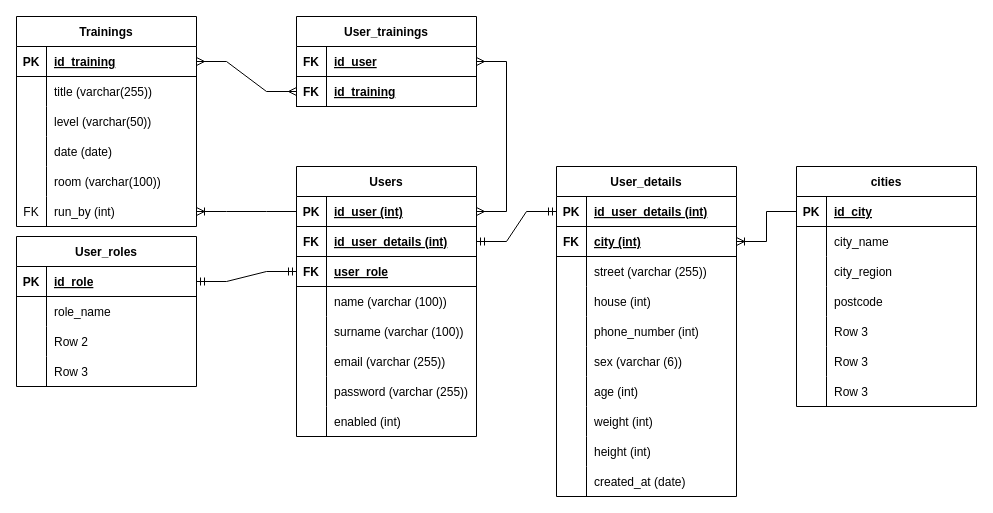
KamilDeren/WdPAI_PersonalTrainerWebsite keeps this draw.io diagram as erd.drawio. Above is the earlier version. Source tidied: cells renumbered, new cells numbered last; positions are measured from the earlier drawing's top-left corner, leaving out a move shared by most shapes. Both pictures are drawn from the tidied source at 100%, with x=0, y=0 at pixel (16, 16).
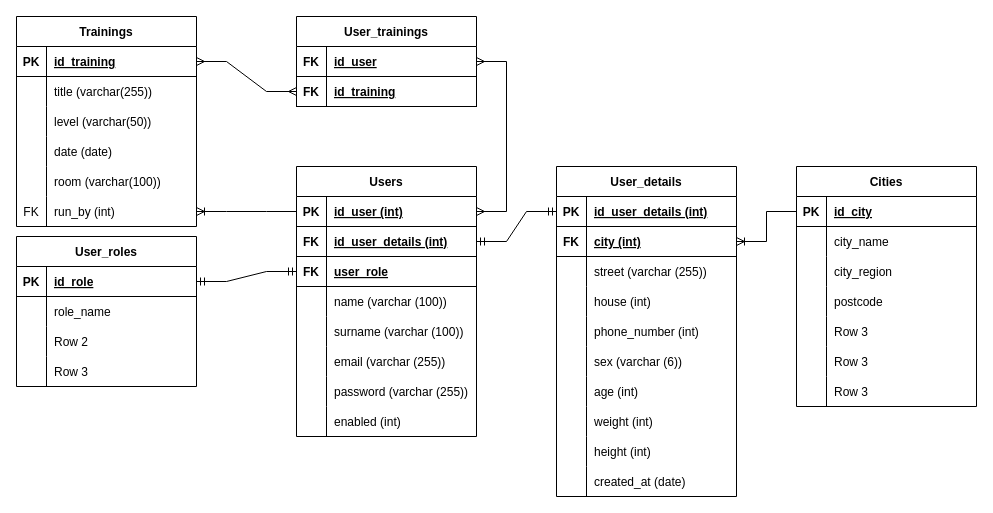
Above is the later version.

Change to the diagram source:
```diff
@@
-    <mxCell id="2" value="cities" style="shape=table;startSize=30;childLayout=tableLayout;rowLines=0;fontStyle=1;align=center;" parent="1" vertex="1">
+    <mxCell id="2" value="Cities" style="shape=table;startSize=30;childLayout=tableLayout;rowLines=0;fontStyle=1;align=center;" parent="1" vertex="1">
       <mxGeometry x="780" y="150" width="180" height="240" as="geometry" />
     </mxCell>
```
